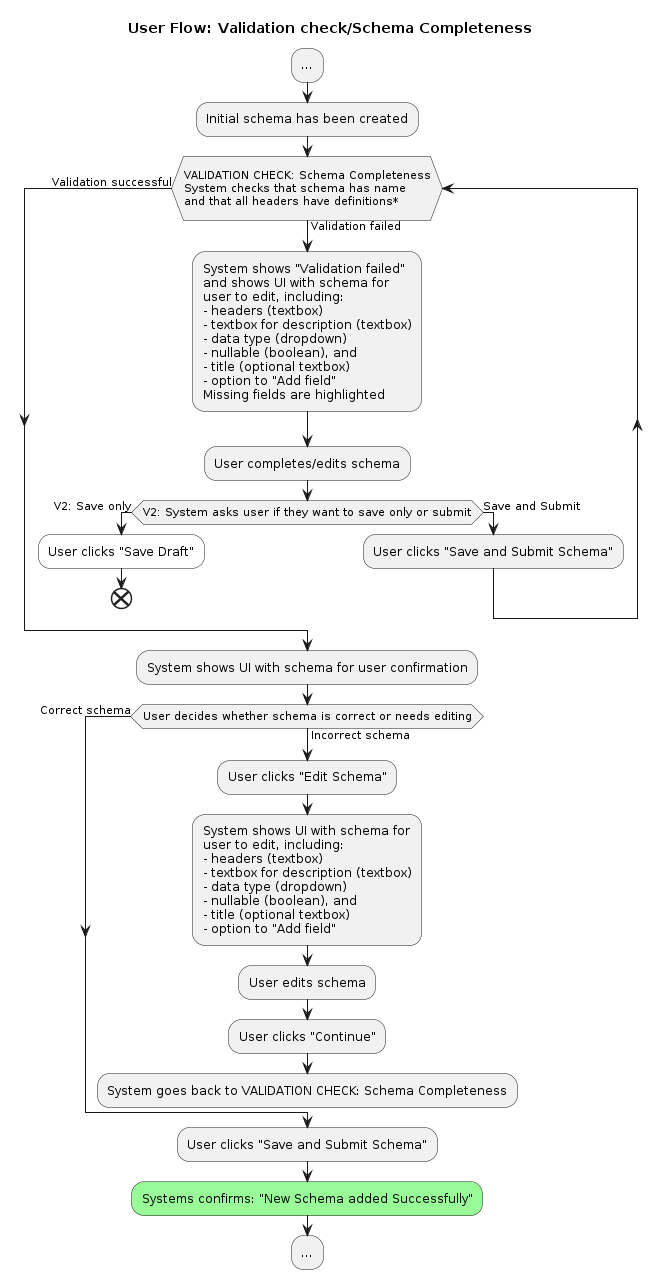
Before: docs/design/images/user-flow-validation-schema-completeness.png, a diagram exported from PlantUML (signekb/seedcase-sprout). Source of this version:
```plantuml
@startuml user-flow-validation-schema-completeness

title User Flow: Validation check/Schema Completeness

:...;
:Initial schema has been created;
  while (\nVALIDATION CHECK: Schema Completeness\nSystem checks that schema has name\nand that all headers have definitions*\n) is (Validation failed)
    :System shows "Validation failed"
    and shows UI with schema for
    user to edit, including:
    - headers (textbox)
    - textbox for description (textbox)
    - data type (dropdown)
    - nullable (boolean), and
    - title (optional textbox)
    - option to "Add field"
    Missing fields are highlighted;
    :User completes/edits schema;
    if (V2: System asks user if they want to save only or submit) then (V2: Save only)
      #White:User clicks "Save Draft";
      end
    else (Save and Submit)
      :User clicks "Save and Submit Schema";
    endif
  end while (Validation successful)
:System shows UI with schema for user confirmation;
  while (User decides whether schema is correct or needs editing) is (Incorrect schema)
    :User clicks "Edit Schema";
    :System shows UI with schema for
    user to edit, including:
    - headers (textbox)
    - textbox for description (textbox)
    - data type (dropdown)
    - nullable (boolean), and
    - title (optional textbox)
    - option to "Add field";
    :User edits schema;
    :User clicks "Continue";
    :System goes back to VALIDATION CHECK: Schema Completeness;
    detach
   end while (Correct schema)
   :User clicks "Save and Submit Schema";
    #palegreen:Systems confirms: "New Schema added Successfully";
:...;

@enduml
```
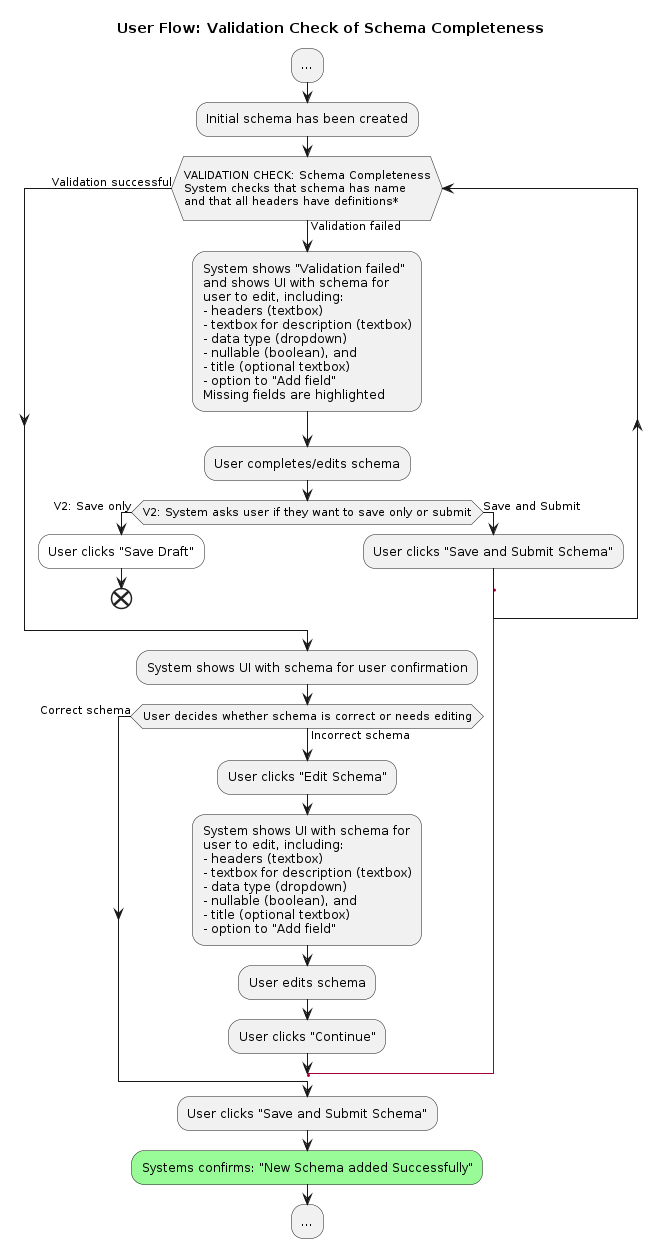
Later version of the same file.

Change to the diagram source:
```diff
@@ -1,6 +1,6 @@
 @startuml user-flow-validation-schema-completeness
 
-title User Flow: Validation check/Schema Completeness
+title User Flow: Validation Check of Schema Completeness
 
 :...;
 :Initial schema has been created;
@@ -21,6 +21,7 @@
       end
     else (Save and Submit)
       :User clicks "Save and Submit Schema";
+      label l
     endif
   end while (Validation successful)
 :System shows UI with schema for user confirmation;
@@ -36,8 +37,7 @@
     - option to "Add field";
     :User edits schema;
     :User clicks "Continue";
-    :System goes back to VALIDATION CHECK: Schema Completeness;
-    detach
+    goto l
    end while (Correct schema)
    :User clicks "Save and Submit Schema";
     #palegreen:Systems confirms: "New Schema added Successfully";
```
